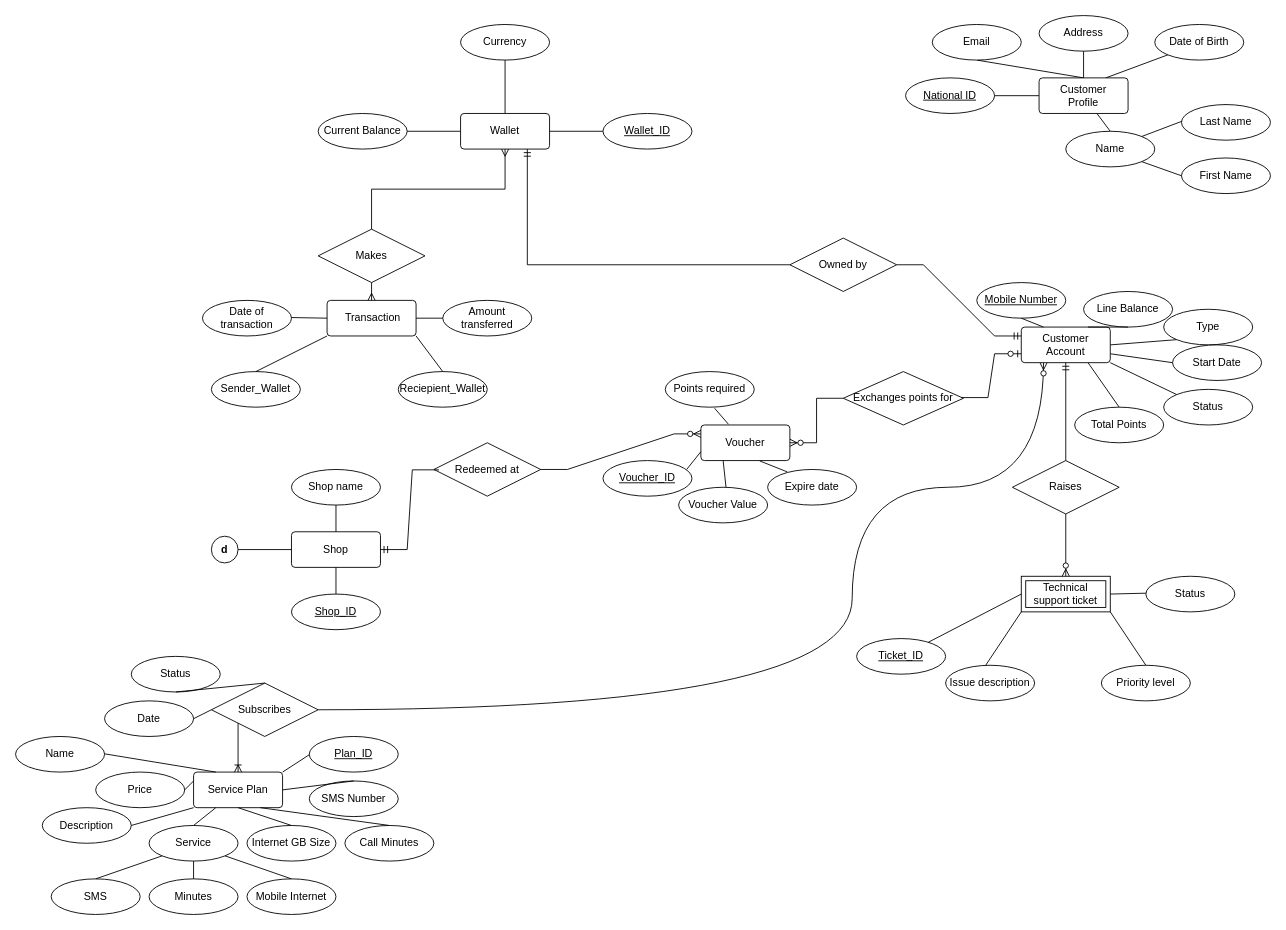
itsfadymate/Customer-Data-Management-System keeps this draw.io diagram as Untitled Diagram.drawio. Above is the earlier version. Source tidied: cells renumbered, new cells numbered last; positions are measured from the earlier drawing's top-left corner, leaving out a move shared by most shapes. Both pictures are drawn from the tidied source at 89%, with x=0, y=0 at pixel (15, 15).
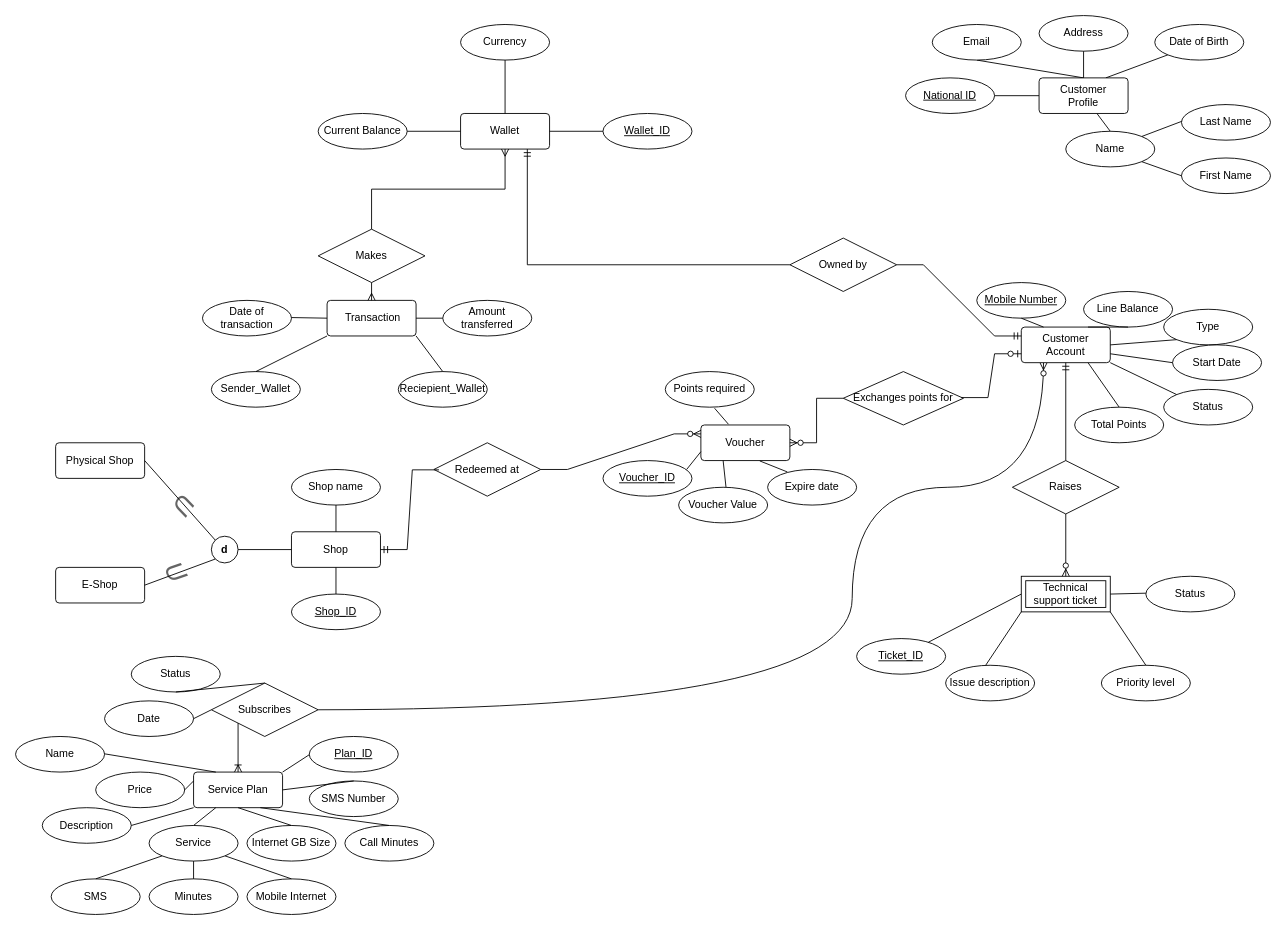
Above is the later version.

Commit message:
Shop subset

The change refers to these unchanged cells:
```xml
<mxCell id="118" value="&lt;b&gt;d&lt;/b&gt;" style="ellipse;whiteSpace=wrap;html=1;" parent="1" vertex="1">
  <mxGeometry x="220" y="585" width="30" height="30" as="geometry" />
</mxCell>
```

Diff of the diagram source:
```diff
@@
+    <mxCell id="119" value="Physical Shop" style="rounded=1;arcSize=10;whiteSpace=wrap;html=1;align=center;" parent="1" vertex="1">
+      <mxGeometry x="45" y="480" width="100" height="40" as="geometry" />
+    </mxCell>
+    <mxCell id="120" style="endArrow=none;html=1;rounded=0;exitX=1;exitY=0.5;exitDx=0;exitDy=0;entryX=0;entryY=0;entryDx=0;entryDy=0;" parent="1" edge="1" source="119" target="118">
+      <mxGeometry relative="1" as="geometry" />
+    </mxCell>
+    <mxCell id="121" value="E-Shop" style="rounded=1;arcSize=10;whiteSpace=wrap;html=1;align=center;" parent="1" vertex="1">
+      <mxGeometry x="45" y="620" width="100" height="40" as="geometry" />
+    </mxCell>
+    <mxCell id="122" style="endArrow=none;html=1;rounded=0;exitX=1;exitY=0.5;exitDx=0;exitDy=0;entryX=0;entryY=1;entryDx=0;entryDy=0;" parent="1" edge="1" source="121" target="118">
+      <mxGeometry relative="1" as="geometry" />
+    </mxCell>
+    <mxCell id="123" value="&lt;i style=&quot;font-size: 29px;&quot;&gt;U&lt;/i&gt;" style="text;html=1;align=center;verticalAlign=middle;strokeColor=none;fillColor=none;rotation=125;fontSize=29;fontFamily=Helvetica;textOpacity=60;spacing=2;" parent="1" vertex="1">
+      <mxGeometry x="170" y="525" width="40" height="50" as="geometry" />
+    </mxCell>
+    <mxCell id="124" value="&lt;i style=&quot;font-size: 29px;&quot;&gt;U&lt;/i&gt;" style="text;html=1;align=center;verticalAlign=middle;strokeColor=none;fillColor=none;rotation=60;fontSize=29;fontFamily=Helvetica;textOpacity=60;spacing=2;" parent="1" vertex="1">
+      <mxGeometry x="160" y="600" width="40" height="50" as="geometry" />
+    </mxCell>
```
